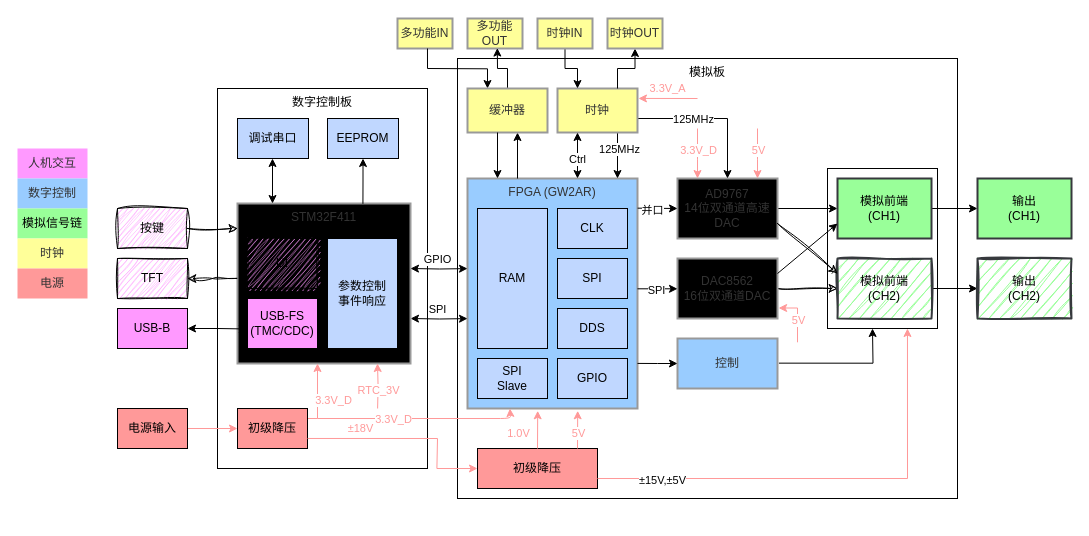
The draw.io diagram docs/流程图/总览.drawio in EERNINUO/ArbWave30, before the edit. Source tidied: cells renumbered, new cells numbered last; positions are measured from the earlier drawing's top-left corner, leaving out a move shared by most shapes. Both pictures are drawn from the tidied source at 100%, with x=0, y=0 at pixel (17, 18).
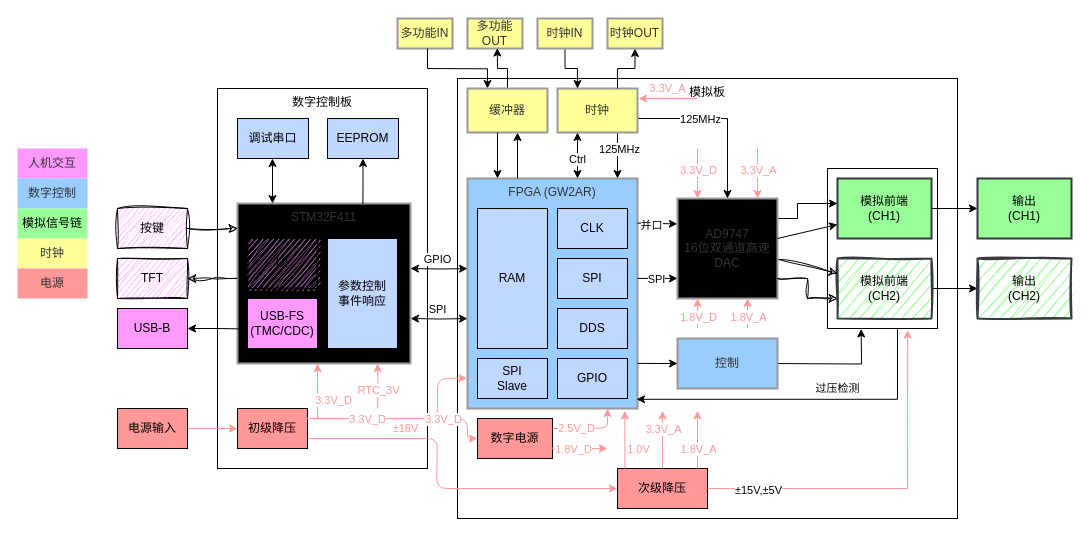
After the change.

The change refers to these unchanged cells:
```xml
<mxCell id="3" value="数字控制板" style="rounded=0;whiteSpace=wrap;html=1;fillColor=none;verticalAlign=top;" parent="1" vertex="1">
  <mxGeometry x="200" y="70" width="210" height="380" as="geometry" />
</mxCell>
<mxCell id="4" style="rounded=0;whiteSpace=wrap;html=1;fillColor=none;" parent="1" vertex="1">
  <mxGeometry x="810" y="150" width="110" height="160" as="geometry" />
</mxCell>
<mxCell id="12" value="FPGA (GW2AR)" style="whiteSpace=wrap;strokeWidth=2;fillColor=light-dark(#99CCFF,#1F2020);strokeColor=light-dark(#999999,#cccccc);fontColor=light-dark(#333333,#cccccc);rotation=0;verticalAlign=top;align=center;" parent="1" vertex="1">
  <mxGeometry x="450" y="160" width="170" height="230" as="geometry" />
</mxCell>
<mxCell id="26" value="模拟前端&#10;(CH1)" style="whiteSpace=wrap;strokeWidth=2;fillColor=#99FF99;strokeColor=#36393d;rotation=0;direction=east;" parent="1" vertex="1">
  <mxGeometry x="820" y="160" width="94" height="60" as="geometry" />
</mxCell>
<mxCell id="28" value="模拟前端&#10;(CH2)" style="whiteSpace=wrap;strokeWidth=2;fillColor=#99FF99;strokeColor=#36393d;rotation=0;direction=east;sketch=1;curveFitting=1;jiggle=2;" parent="1" vertex="1">
  <mxGeometry x="820" y="240" width="94" height="60" as="geometry" />
</mxCell>
<mxCell id="32" value="控制" style="whiteSpace=wrap;strokeWidth=2;fillColor=light-dark(#99CCFF,#1F2020);strokeColor=light-dark(#999999,#cccccc);fontColor=light-dark(#333333,#cccccc);rotation=0;gradientColor=none;gradientDirection=east;" parent="1" vertex="1">
  <mxGeometry x="660" y="320" width="100" height="50" as="geometry" />
</mxCell>
```

Diff of the diagram source:
```diff
@@
-    <mxCell id="2" value="模拟板" style="rounded=0;whiteSpace=wrap;html=1;fillColor=none;verticalAlign=top;" parent="1" vertex="1">
-      <mxGeometry x="440" y="40" width="500" height="440" as="geometry" />
+    <mxCell id="2" value="模拟板" style="rounded=0;whiteSpace=wrap;html=1;fillColor=none;verticalAlign=top;strokeColor=light-dark(#000000,#EDEDED);" parent="1" vertex="1">
+      <mxGeometry x="440" y="60" width="500" height="440" as="geometry" />
     </mxCell>
@@
-    <mxCell id="10" style="edgeStyle=orthogonalEdgeStyle;rounded=0;jettySize=auto;html=1;" parent="1" edge="1" source="11" target="26">
-      <mxGeometry relative="1" as="geometry" />
+    <mxCell id="10" style="edgeStyle=orthogonalEdgeStyle;rounded=0;orthogonalLoop=1;jettySize=auto;html=1;" parent="1" edge="1">
+      <mxGeometry relative="1" as="geometry">
+        <mxPoint x="760" y="225" as="sourcePoint" />
+        <mxPoint x="820" y="185" as="targetPoint" />
+        <Array as="points">
+          <mxPoint x="760" y="200" />
+          <mxPoint x="780" y="200" />
+          <mxPoint x="780" y="185" />
+        </Array>
+      </mxGeometry>
     </mxCell>
-    <mxCell id="11" value="AD9767&#10;14位双通道高速DAC" style="whiteSpace=wrap;strokeWidth=2;fillColor=light-dark(#99CCFF,#1F2020);strokeColor=light-dark(#999999,#cccccc);fontColor=light-dark(#333333,#cccccc);rotation=0;gradientColor=light-dark(#99FF99,#EDEDED);gradientDirection=east;" parent="1" vertex="1">
-      <mxGeometry x="660" y="160" width="100" height="60" as="geometry" />
+    <mxCell id="11" value="AD9747&#10;16位双通道高速DAC" style="whiteSpace=wrap;strokeWidth=2;fillColor=light-dark(#99CCFF,#1F2020);strokeColor=light-dark(#999999,#cccccc);fontColor=light-dark(#333333,#cccccc);rotation=0;gradientColor=light-dark(#99FF99,#EDEDED);gradientDirection=east;" parent="1" vertex="1">
+      <mxGeometry x="660" y="180" width="100" height="100" as="geometry" />
     </mxCell>
@@
-    <mxCell id="19" style="edgeStyle=orthogonalEdgeStyle;rounded=0;jettySize=auto;html=1;sketch=1;curveFitting=1;jiggle=2;" parent="1" edge="1" source="20" target="28">
-      <mxGeometry relative="1" as="geometry" />
+    <mxCell id="19" style="edgeStyle=orthogonalEdgeStyle;rounded=0;jettySize=auto;html=1;sketch=1;curveFitting=1;jiggle=2;" parent="1" edge="1" target="28">
+      <mxGeometry relative="1" as="geometry">
+        <mxPoint x="760" y="260" as="sourcePoint" />
+        <Array as="points">
+          <mxPoint x="760" y="260" />
+          <mxPoint x="790" y="260" />
+          <mxPoint x="790" y="280" />
+        </Array>
+      </mxGeometry>
     </mxCell>
-    <mxCell id="20" value="DAC8562&#10;16位双通道DAC" style="whiteSpace=wrap;strokeWidth=2;fillColor=light-dark(#99CCFF,#1F2020);strokeColor=light-dark(#999999,#cccccc);fontColor=light-dark(#333333,#cccccc);rotation=0;gradientColor=light-dark(#99FF99,#EDEDED);gradientDirection=east;" parent="1" vertex="1">
-      <mxGeometry x="660" y="240" width="100" height="60" as="geometry" />
-    </mxCell>
-    <mxCell id="21" style="endArrow=classic;html=1;rounded=0;entryX=0;entryY=0.5;entryDx=0;entryDy=0;exitX=1.001;exitY=0.129;exitDx=0;exitDy=0;exitPerimeter=0;" parent="1" edge="1" source="12" target="11">
-      <mxGeometry relative="1" as="geometry" />
+    <mxCell id="21" style="endArrow=classic;html=1;rounded=0;entryX=0;entryY=0.5;entryDx=0;entryDy=0;exitX=1;exitY=0.215;exitDx=0;exitDy=0;exitPerimeter=0;" parent="1" edge="1">
+      <mxGeometry relative="1" as="geometry">
+        <mxPoint x="620" y="204.6" as="sourcePoint" />
+        <mxPoint x="659.8" y="205.4" as="targetPoint" />
+      </mxGeometry>
     </mxCell>
@@
     <mxCell id="23" style="endArrow=classic;html=1;rounded=0;entryX=0;entryY=0.5;entryDx=0;entryDy=0;exitX=1.001;exitY=0.129;exitDx=0;exitDy=0;exitPerimeter=0;" parent="1" edge="1">
       <mxGeometry relative="1" as="geometry">
-        <mxPoint x="620" y="270.3" as="sourcePoint" />
-        <mxPoint x="660" y="270.3" as="targetPoint" />
+        <mxPoint x="620" y="259.9" as="sourcePoint" />
+        <mxPoint x="660" y="259.9" as="targetPoint" />
       </mxGeometry>
     </mxCell>
@@
-    <mxCell id="29" style="endArrow=classic;html=1;rounded=0;entryX=0;entryY=0.75;entryDx=0;entryDy=0;exitX=1;exitY=0.25;exitDx=0;exitDy=0;" parent="1" edge="1" source="20" target="26">
-      <mxGeometry relative="1" as="geometry" />
-    </mxCell>
-    <mxCell id="30" style="endArrow=classic;html=1;rounded=0;exitX=1;exitY=0.75;exitDx=0;exitDy=0;entryX=0;entryY=0.25;entryDx=0;entryDy=0;sketch=1;curveFitting=1;jiggle=2;" parent="1" edge="1" source="11" target="28">
+    <mxCell id="30" style="endArrow=classic;html=1;rounded=0;exitX=1.015;exitY=0.61;exitDx=0;exitDy=0;entryX=0;entryY=0.25;entryDx=0;entryDy=0;sketch=1;curveFitting=1;jiggle=2;exitPerimeter=0;" parent="1" edge="1" source="11" target="28">
       <mxGeometry relative="1" as="geometry" />
     </mxCell>
-    <mxCell id="31" style="edgeStyle=orthogonalEdgeStyle;rounded=0;jettySize=auto;html=1;exitX=1.014;exitY=0.493;exitDx=0;exitDy=0;exitPerimeter=0;" parent="1" edge="1" source="32">
+    <mxCell id="31" style="edgeStyle=orthogonalEdgeStyle;rounded=0;orthogonalLoop=1;jettySize=auto;html=1;exitX=1.014;exitY=0.493;exitDx=0;exitDy=0;exitPerimeter=0;" parent="1" edge="1">
       <mxGeometry relative="1" as="geometry">
-        <mxPoint x="855" y="310" as="targetPoint" />
+        <mxPoint x="750" y="345" as="sourcePoint" />
+        <mxPoint x="843.6" y="310.4" as="targetPoint" />
       </mxGeometry>
     </mxCell>
@@
-    <mxCell id="66" value="初级降压" style="rounded=0;whiteSpace=wrap;html=1;fillColor=light-dark(#ff9999, #EDEDED);" parent="1" vertex="1">
-      <mxGeometry x="460" y="430" width="120" height="40" as="geometry" />
+    <mxCell id="66" value="次级降压" style="rounded=0;whiteSpace=wrap;html=1;fillColor=light-dark(#ff9999, #EDEDED);" parent="1" vertex="1">
+      <mxGeometry x="600" y="450" width="90" height="40" as="geometry" />
     </mxCell>
-    <mxCell id="67" style="endArrow=classic;html=1;rounded=0;exitX=0.429;exitY=0.921;exitDx=0;exitDy=0;exitPerimeter=0;strokeColor=light-dark(#ff9999, #ededed);" parent="1" edge="1" source="3">
+    <mxCell id="67" style="endArrow=classic;html=1;rounded=1;exitX=0.429;exitY=0.921;exitDx=0;exitDy=0;exitPerimeter=0;strokeColor=light-dark(#ff9999, #ededed);entryX=0;entryY=0.5;entryDx=0;entryDy=0;curved=0;" parent="1" edge="1" source="3" target="66">
       <mxGeometry relative="1" as="geometry">
-        <mxPoint x="460" y="450" as="targetPoint" />
         <Array as="points">
           <mxPoint x="420" y="420" />
-          <mxPoint x="419.4" y="450" />
+          <mxPoint x="419" y="470" />
         </Array>
       </mxGeometry>
     </mxCell>
@@
-    <mxCell id="69" style="edgeStyle=orthogonalEdgeStyle;rounded=0;orthogonalLoop=1;jettySize=auto;html=1;entryX=0.287;entryY=1.007;entryDx=0;entryDy=0;entryPerimeter=0;exitX=0.551;exitY=-0.018;exitDx=0;exitDy=0;exitPerimeter=0;strokeColor=light-dark(#ff9999, #ededed);" parent="1" edge="1">
+    <mxCell id="69" style="edgeStyle=orthogonalEdgeStyle;rounded=0;orthogonalLoop=1;jettySize=auto;html=1;entryX=0.287;entryY=1.007;entryDx=0;entryDy=0;entryPerimeter=0;exitX=0.5;exitY=0;exitDx=0;exitDy=0;strokeColor=light-dark(#ff9999, #ededed);" parent="1" edge="1">
       <mxGeometry relative="1" as="geometry">
-        <mxPoint x="520" y="430" as="sourcePoint" />
-        <mxPoint x="520.2" y="392.3" as="targetPoint" />
+        <mxPoint x="607.4" y="450" as="sourcePoint" />
+        <mxPoint x="607.4" y="392.3" as="targetPoint" />
       </mxGeometry>
     </mxCell>
     <mxCell id="70" value="1.0V" style="edgeLabel;html=1;align=center;verticalAlign=middle;fontColor=light-dark(#ff9999, #ededed);" parent="69" vertex="1">
       <mxGeometry x="-0.17" relative="1" as="geometry">
-        <mxPoint x="-20" as="offset" />
+        <mxPoint x="13" y="4" as="offset" />
       </mxGeometry>
     </mxCell>
-    <mxCell id="71" style="endArrow=classic;html=1;rounded=0;exitX=1;exitY=0.75;exitDx=0;exitDy=0;entryX=0.727;entryY=1;entryDx=0;entryDy=0;entryPerimeter=0;fontColor=light-dark(#ff9999, #ededed);strokeColor=light-dark(#ff9999, #ededed);" parent="1" edge="1" source="66" target="4">
+    <mxCell id="71" style="endArrow=classic;html=1;rounded=0;entryX=0.729;entryY=1.009;entryDx=0;entryDy=0;entryPerimeter=0;fontColor=light-dark(#ff9999, #ededed);strokeColor=light-dark(#ff9999, #ededed);exitX=1;exitY=0.5;exitDx=0;exitDy=0;" parent="1" edge="1" source="66" target="4">
       <mxGeometry relative="1" as="geometry">
         <Array as="points">
-          <mxPoint x="890" y="460" />
+          <mxPoint x="890" y="470" />
         </Array>
       </mxGeometry>
     </mxCell>
@@
-    <mxCell id="75" style="edgeStyle=orthogonalEdgeStyle;rounded=0;orthogonalLoop=1;jettySize=auto;html=1;entryX=0.287;entryY=1.007;entryDx=0;entryDy=0;entryPerimeter=0;exitX=0.551;exitY=-0.018;exitDx=0;exitDy=0;exitPerimeter=0;strokeColor=light-dark(#ff9999, #ededed);" parent="1" edge="1">
-      <mxGeometry relative="1" as="geometry">
-        <mxPoint x="560" y="430" as="sourcePoint" />
-        <mxPoint x="560.2" y="392.3" as="targetPoint" />
-      </mxGeometry>
-    </mxCell>
-    <mxCell id="76" value="5&lt;span style=&quot;background-color: light-dark(#ffffff, var(--ge-dark-color, #121212)); color: light-dark(rgb(255, 153, 153), rgb(237, 237, 237));&quot;&gt;V&lt;/span&gt;" style="edgeLabel;html=1;align=center;verticalAlign=middle;fontColor=light-dark(#ff9999, #ededed);" parent="75" vertex="1">
-      <mxGeometry x="-0.17" relative="1" as="geometry" />
-    </mxCell>
-    <mxCell id="77" style="edgeStyle=orthogonalEdgeStyle;rounded=0;jettySize=auto;html=1;exitX=0.551;exitY=-0.018;exitDx=0;exitDy=0;exitPerimeter=0;strokeColor=light-dark(#ff9999, #ededed);entryX=1.011;entryY=0.825;entryDx=0;entryDy=0;entryPerimeter=0;" parent="1" edge="1" target="20">
-      <mxGeometry relative="1" as="geometry">
-        <mxPoint x="780" y="323.8" as="sourcePoint" />
-        <Array as="points">
-          <mxPoint x="780" y="289" />
-        </Array>
-      </mxGeometry>
-    </mxCell>
-    <mxCell id="78" value="5&lt;span style=&quot;background-color: light-dark(#ffffff, var(--ge-dark-color, #121212)); color: light-dark(rgb(255, 153, 153), rgb(237, 237, 237));&quot;&gt;V&lt;/span&gt;" style="edgeLabel;html=1;align=center;verticalAlign=middle;fontColor=light-dark(#ff9999, #ededed);" parent="77" vertex="1">
-      <mxGeometry x="-0.17" relative="1" as="geometry" />
-    </mxCell>
-    <mxCell id="79" style="edgeStyle=orthogonalEdgeStyle;rounded=0;orthogonalLoop=1;jettySize=auto;html=1;entryX=0.287;entryY=1.007;entryDx=0;entryDy=0;entryPerimeter=0;strokeColor=light-dark(#ff9999, #ededed);" parent="1" edge="1">
-      <mxGeometry relative="1" as="geometry">
-        <mxPoint x="740" y="110" as="sourcePoint" />
-        <mxPoint x="740" y="160" as="targetPoint" />
-        <Array as="points">
-          <mxPoint x="740" y="141.3" />
-          <mxPoint x="740" y="141.3" />
-        </Array>
-      </mxGeometry>
-    </mxCell>
-    <mxCell id="80" value="5&lt;span style=&quot;background-color: light-dark(#ffffff, var(--ge-dark-color, #121212)); color: light-dark(rgb(255, 153, 153), rgb(237, 237, 237));&quot;&gt;V&lt;/span&gt;" style="edgeLabel;html=1;align=center;verticalAlign=middle;fontColor=light-dark(#ff9999, #ededed);" parent="79" vertex="1">
-      <mxGeometry x="-0.17" relative="1" as="geometry" />
-    </mxCell>
     <mxCell id="81" style="edgeStyle=orthogonalEdgeStyle;rounded=0;orthogonalLoop=1;jettySize=auto;html=1;entryX=0.287;entryY=1.007;entryDx=0;entryDy=0;entryPerimeter=0;strokeColor=light-dark(#ff9999, #ededed);" parent="1" edge="1">
       <mxGeometry relative="1" as="geometry">
-        <mxPoint x="680" y="110" as="sourcePoint" />
-        <mxPoint x="680" y="160" as="targetPoint" />
+        <mxPoint x="740" y="130" as="sourcePoint" />
+        <mxPoint x="740" y="180" as="targetPoint" />
         <Array as="points">
-          <mxPoint x="680" y="141.3" />
-          <mxPoint x="680" y="141.3" />
+          <mxPoint x="740" y="161.3" />
+          <mxPoint x="740" y="161.3" />
         </Array>
       </mxGeometry>
     </mxCell>
-    <mxCell id="82" value="&lt;span style=&quot;background-color: light-dark(#ffffff, var(--ge-dark-color, #121212)); color: light-dark(rgb(255, 153, 153), rgb(237, 237, 237));&quot;&gt;3.3V_D&lt;/span&gt;" style="edgeLabel;html=1;align=center;verticalAlign=middle;fontColor=light-dark(#ff9999, #ededed);" parent="81" vertex="1">
+    <mxCell id="82" value="&lt;span style=&quot;background-color: light-dark(#ffffff, var(--ge-dark-color, #121212)); color: light-dark(rgb(255, 153, 153), rgb(237, 237, 237));&quot;&gt;3.3V_A&lt;/span&gt;" style="edgeLabel;html=1;align=center;verticalAlign=middle;fontColor=light-dark(#ff9999, #ededed);" parent="81" vertex="1">
       <mxGeometry x="-0.17" relative="1" as="geometry" />
     </mxCell>
@@
-    <mxCell id="85" style="endArrow=classic;html=1;rounded=1;entryX=0.25;entryY=1;entryDx=0;entryDy=0;curved=0;strokeColor=light-dark(#ff9999, #ededed);" parent="1" edge="1" target="12">
+    <mxCell id="85" style="endArrow=classic;html=1;rounded=1;entryX=-0.002;entryY=0.868;entryDx=0;entryDy=0;curved=0;strokeColor=light-dark(#ff9999, #ededed);entryPerimeter=0;" parent="1" edge="1" target="12">
       <mxGeometry relative="1" as="geometry">
-        <mxPoint x="300" y="400" as="sourcePoint" />
+        <mxPoint x="267" y="400" as="sourcePoint" />
         <Array as="points">
-          <mxPoint x="493" y="400" />
+          <mxPoint x="420" y="400" />
+          <mxPoint x="420" y="360" />
         </Array>
       </mxGeometry>
     </mxCell>
@@
+    <mxCell id="98" style="endArrow=classic;html=1;rounded=0;exitX=1.003;exitY=0.686;exitDx=0;exitDy=0;entryX=0;entryY=0.25;entryDx=0;entryDy=0;exitPerimeter=0;" parent="1" edge="1">
+      <mxGeometry relative="1" as="geometry">
+        <mxPoint x="760" y="220" as="sourcePoint" />
+        <mxPoint x="820" y="206" as="targetPoint" />
+      </mxGeometry>
+    </mxCell>
+    <mxCell id="99" value="数字电源" style="rounded=0;whiteSpace=wrap;html=1;fillColor=light-dark(#ff9999, #EDEDED);" parent="1" vertex="1">
+      <mxGeometry x="460" y="400" width="75" height="40" as="geometry" />
+    </mxCell>
+    <mxCell id="100" style="endArrow=classic;html=1;rounded=1;entryX=0;entryY=0.5;entryDx=0;entryDy=0;curved=0;strokeColor=light-dark(#ff9999, #ededed);" parent="1" edge="1" target="99">
+      <mxGeometry relative="1" as="geometry">
+        <mxPoint x="393" y="400" as="sourcePoint" />
+        <Array as="points">
+          <mxPoint x="450" y="400" />
+          <mxPoint x="450" y="420" />
+        </Array>
+      </mxGeometry>
+    </mxCell>
+    <mxCell id="101" value="3.3V_D" style="edgeLabel;html=1;align=center;verticalAlign=middle;fontColor=light-dark(#ff9999, #ededed);" parent="100" vertex="1">
+      <mxGeometry x="-0.26" relative="1" as="geometry" />
+    </mxCell>
+    <mxCell id="102" style="endArrow=classic;html=1;rounded=1;exitX=1;exitY=0.25;exitDx=0;exitDy=0;entryX=0.588;entryY=1.001;entryDx=0;entryDy=0;entryPerimeter=0;curved=0;fontColor=light-dark(#ff9999, #ededed);strokeColor=light-dark(#ff9999, #ededed);" parent="1" edge="1" source="99">
+      <mxGeometry relative="1" as="geometry">
+        <mxPoint x="590" y="390" as="targetPoint" />
+        <Array as="points">
+          <mxPoint x="590" y="409.8" />
+          <mxPoint x="590" y="400" />
+        </Array>
+      </mxGeometry>
+    </mxCell>
+    <mxCell id="103" value="2.5V_D" style="edgeLabel;html=1;align=center;verticalAlign=middle;fontColor=light-dark(#ff9999, #ededed);" parent="102" vertex="1">
+      <mxGeometry x="-0.4" relative="1" as="geometry">
+        <mxPoint x="2" as="offset" />
+      </mxGeometry>
+    </mxCell>
+    <mxCell id="104" style="edgeStyle=orthogonalEdgeStyle;rounded=0;orthogonalLoop=1;jettySize=auto;html=1;entryX=0.287;entryY=1.007;entryDx=0;entryDy=0;entryPerimeter=0;strokeColor=light-dark(#ff9999, #ededed);" parent="1" edge="1">
+      <mxGeometry relative="1" as="geometry">
+        <mxPoint x="680" y="130" as="sourcePoint" />
+        <mxPoint x="680" y="180" as="targetPoint" />
+        <Array as="points">
+          <mxPoint x="680" y="161.3" />
+          <mxPoint x="680" y="161.3" />
+        </Array>
+      </mxGeometry>
+    </mxCell>
+    <mxCell id="105" value="&lt;span style=&quot;background-color: light-dark(#ffffff, var(--ge-dark-color, #121212)); color: light-dark(rgb(255, 153, 153), rgb(237, 237, 237));&quot;&gt;3.3V_D&lt;/span&gt;" style="edgeLabel;html=1;align=center;verticalAlign=middle;fontColor=light-dark(#ff9999, #ededed);" parent="104" vertex="1">
+      <mxGeometry x="-0.17" relative="1" as="geometry" />
+    </mxCell>
+    <mxCell id="106" style="edgeStyle=orthogonalEdgeStyle;rounded=0;orthogonalLoop=1;jettySize=auto;html=1;strokeColor=light-dark(#ff9999, #ededed);" parent="1" edge="1">
+      <mxGeometry relative="1" as="geometry">
+        <mxPoint x="680" y="310" as="sourcePoint" />
+        <mxPoint x="680" y="280" as="targetPoint" />
+        <Array as="points">
+          <mxPoint x="680" y="288.7" />
+          <mxPoint x="680" y="288.7" />
+        </Array>
+      </mxGeometry>
+    </mxCell>
+    <mxCell id="107" value="&lt;span style=&quot;background-color: light-dark(#ffffff, var(--ge-dark-color, #121212)); color: light-dark(rgb(255, 153, 153), rgb(237, 237, 237));&quot;&gt;1.8V_D&lt;/span&gt;" style="edgeLabel;html=1;align=center;verticalAlign=middle;fontColor=light-dark(#ff9999, #ededed);" parent="106" vertex="1">
+      <mxGeometry x="-0.17" relative="1" as="geometry" />
+    </mxCell>
+    <mxCell id="108" style="edgeStyle=orthogonalEdgeStyle;rounded=0;orthogonalLoop=1;jettySize=auto;html=1;strokeColor=light-dark(#ff9999, #ededed);" parent="1" edge="1">
+      <mxGeometry relative="1" as="geometry">
+        <mxPoint x="730" y="310" as="sourcePoint" />
+        <mxPoint x="730" y="280" as="targetPoint" />
+        <Array as="points">
+          <mxPoint x="730" y="288.7" />
+          <mxPoint x="730" y="288.7" />
+        </Array>
+      </mxGeometry>
+    </mxCell>
+    <mxCell id="109" value="&lt;span style=&quot;background-color: light-dark(#ffffff, var(--ge-dark-color, #121212)); color: light-dark(rgb(255, 153, 153), rgb(237, 237, 237));&quot;&gt;1.8V_A&lt;/span&gt;" style="edgeLabel;html=1;align=center;verticalAlign=middle;fontColor=light-dark(#ff9999, #ededed);" parent="108" vertex="1">
+      <mxGeometry x="-0.17" relative="1" as="geometry" />
+    </mxCell>
+    <mxCell id="110" style="edgeStyle=orthogonalEdgeStyle;rounded=0;orthogonalLoop=1;jettySize=auto;html=1;entryX=0.287;entryY=1.007;entryDx=0;entryDy=0;entryPerimeter=0;exitX=0.5;exitY=0;exitDx=0;exitDy=0;strokeColor=light-dark(#ff9999, #ededed);" parent="1" edge="1">
+      <mxGeometry relative="1" as="geometry">
+        <mxPoint x="645" y="450" as="sourcePoint" />
+        <mxPoint x="645" y="392.3" as="targetPoint" />
+      </mxGeometry>
+    </mxCell>
+    <mxCell id="111" value="3.3V_A" style="edgeLabel;html=1;align=center;verticalAlign=middle;fontColor=light-dark(#ff9999, #ededed);" parent="110" vertex="1">
+      <mxGeometry x="-0.17" relative="1" as="geometry">
+        <mxPoint y="-16" as="offset" />
+      </mxGeometry>
+    </mxCell>
+    <mxCell id="112" style="edgeStyle=orthogonalEdgeStyle;rounded=0;orthogonalLoop=1;jettySize=auto;html=1;entryX=0.287;entryY=1.007;entryDx=0;entryDy=0;entryPerimeter=0;exitX=0.5;exitY=0;exitDx=0;exitDy=0;strokeColor=light-dark(#ff9999, #ededed);" parent="1" edge="1">
+      <mxGeometry relative="1" as="geometry">
+        <mxPoint x="680" y="450" as="sourcePoint" />
+        <mxPoint x="680" y="392.3" as="targetPoint" />
+      </mxGeometry>
+    </mxCell>
+    <mxCell id="113" value="1.8V_A" style="edgeLabel;html=1;align=center;verticalAlign=middle;fontColor=light-dark(#ff9999, #ededed);" parent="112" vertex="1">
+      <mxGeometry x="-0.17" relative="1" as="geometry">
+        <mxPoint y="4" as="offset" />
+      </mxGeometry>
+    </mxCell>
+    <mxCell id="114" style="edgeStyle=orthogonalEdgeStyle;rounded=0;orthogonalLoop=1;jettySize=auto;html=1;strokeColor=light-dark(#ff9999, #ededed);" parent="1" edge="1">
+      <mxGeometry relative="1" as="geometry">
+        <mxPoint x="530" y="429.6" as="sourcePoint" />
+        <mxPoint x="590" y="430" as="targetPoint" />
+      </mxGeometry>
+    </mxCell>
+    <mxCell id="115" value="1.8V_D" style="edgeLabel;html=1;align=center;verticalAlign=middle;fontColor=light-dark(#ff9999, #ededed);" parent="114" vertex="1">
+      <mxGeometry x="-0.14" relative="1" as="geometry" />
+    </mxCell>
+    <mxCell id="116" style="edgeStyle=orthogonalEdgeStyle;rounded=0;jettySize=auto;html=1;entryX=0.994;entryY=0.96;entryDx=0;entryDy=0;entryPerimeter=0;" parent="1" edge="1" target="12">
+      <mxGeometry relative="1" as="geometry">
+        <mxPoint x="880" y="330" as="sourcePoint" />
+        <Array as="points">
+          <mxPoint x="880" y="311" />
+          <mxPoint x="880" y="381" />
+        </Array>
+      </mxGeometry>
+    </mxCell>
+    <mxCell id="117" value="过压检测" style="edgeLabel;html=1;align=center;verticalAlign=middle;" parent="116" vertex="1">
+      <mxGeometry x="0.06" relative="1" as="geometry">
+        <mxPoint x="36" y="-11" as="offset" />
+      </mxGeometry>
+    </mxCell>
```
